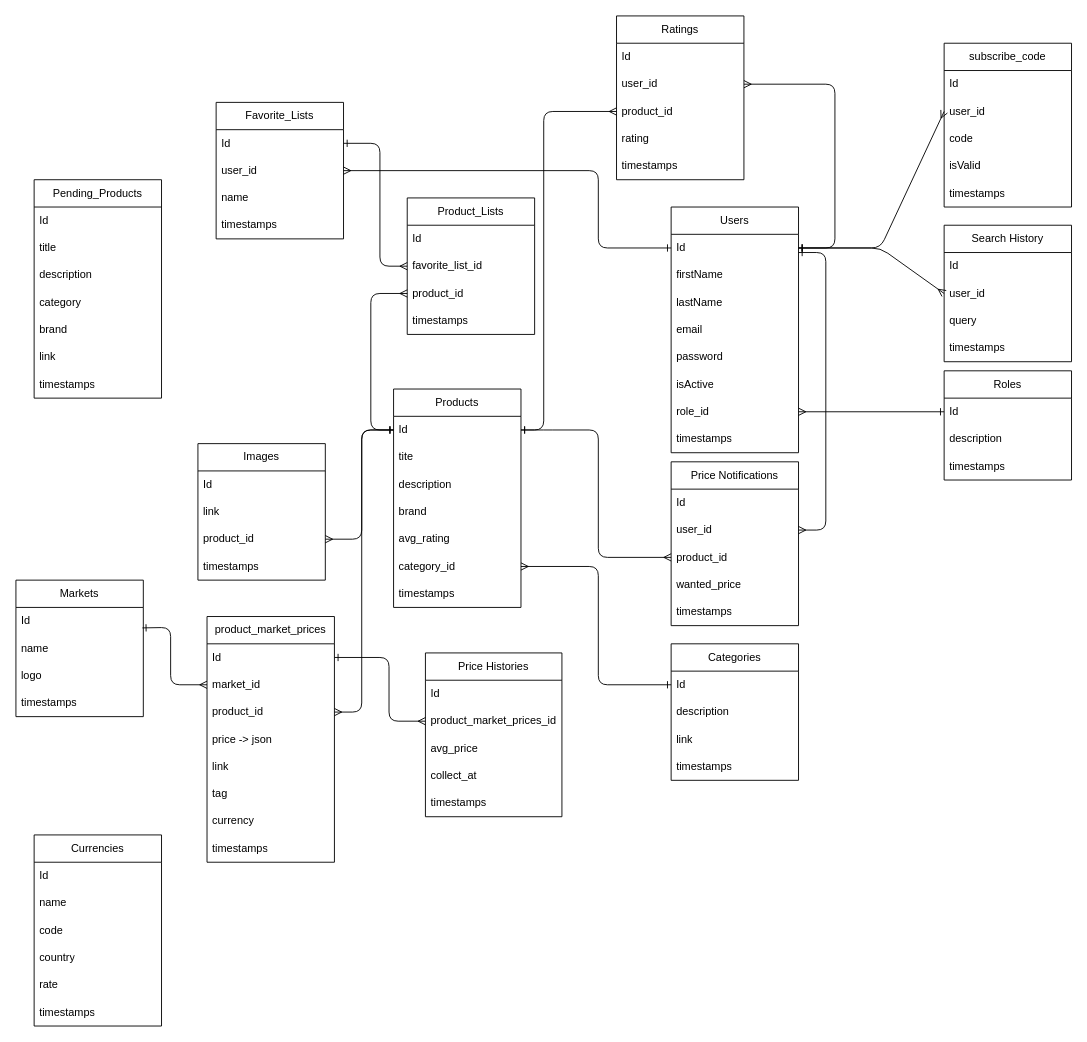
Above: Planning/DbStructure.drawio in ClaudioRSGit/Webscraper (draw.io), before the change. Source tidied: cells renumbered, new cells numbered last; positions are measured from the earlier drawing's top-left corner, leaving out a move shared by most shapes. Both pictures are drawn from the tidied source at 91%, with x=0, y=0 at pixel (15, 15).
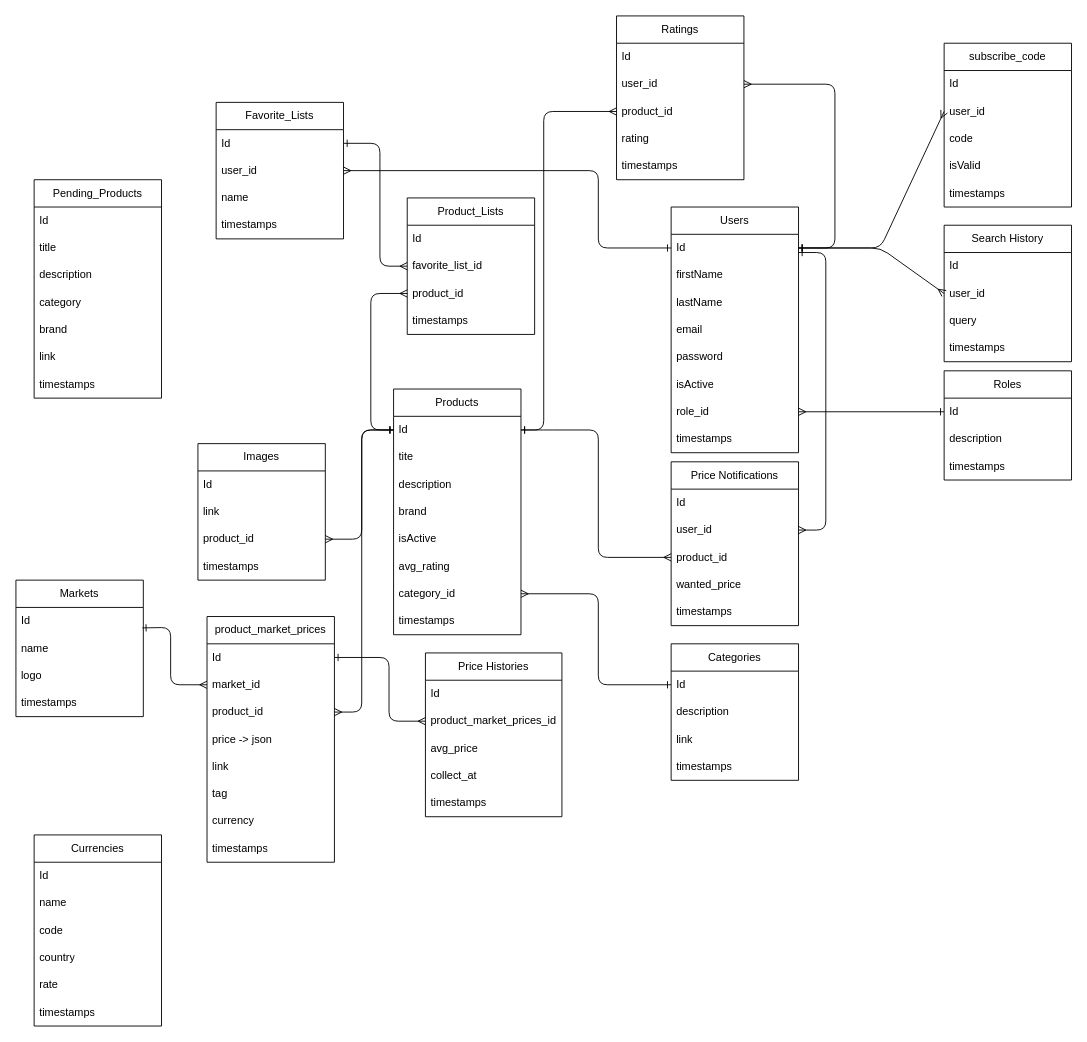
The same page after the edit.

Unchanged cells that the change refers to:
```xml
<mxCell id="30" value="Id" style="text;strokeColor=none;fillColor=none;align=left;verticalAlign=middle;spacingLeft=4;spacingRight=4;overflow=hidden;points=[[0,0.5],[1,0.5]];portConstraint=eastwest;whiteSpace=wrap;html=1;" parent="29" vertex="1">
  <mxGeometry y="30" width="140" height="30" as="geometry" />
</mxCell>
```

The edit, as a diff of the source:
```diff
@@
     <mxCell id="21" value="Products" style="swimlane;fontStyle=0;horizontal=1;startSize=30;whiteSpace=wrap;html=1;" parent="1" vertex="1">
-      <mxGeometry x="415" y="410" width="140" height="240" as="geometry" />
+      <mxGeometry x="415" y="410" width="140" height="270" as="geometry" />
     </mxCell>
@@
+    <mxCell id="116" value="isActive" style="text;strokeColor=none;fillColor=none;align=left;verticalAlign=middle;spacingLeft=4;spacingRight=4;overflow=hidden;whiteSpace=wrap;html=1;" parent="21" vertex="1">
+      <mxGeometry y="150" width="140" height="30" as="geometry" />
+    </mxCell>
     <mxCell id="26" value="avg_rating" style="text;strokeColor=none;fillColor=none;align=left;verticalAlign=middle;spacingLeft=4;spacingRight=4;overflow=hidden;whiteSpace=wrap;html=1;" parent="21" vertex="1">
-      <mxGeometry y="150" width="140" height="30" as="geometry" />
+      <mxGeometry y="180" width="140" height="30" as="geometry" />
     </mxCell>
     <mxCell id="27" value="category_id" style="text;strokeColor=none;fillColor=none;align=left;verticalAlign=middle;spacingLeft=4;spacingRight=4;overflow=hidden;points=[[0,0.5],[1,0.5]];portConstraint=eastwest;whiteSpace=wrap;html=1;" parent="21" vertex="1">
-      <mxGeometry y="180" width="140" height="30" as="geometry" />
+      <mxGeometry y="210" width="140" height="30" as="geometry" />
     </mxCell>
     <mxCell id="28" value="timestamps" style="text;strokeColor=none;fillColor=none;align=left;verticalAlign=middle;spacingLeft=4;spacingRight=4;overflow=hidden;whiteSpace=wrap;html=1;" parent="21" vertex="1">
-      <mxGeometry y="210" width="140" height="30" as="geometry" />
+      <mxGeometry y="240" width="140" height="30" as="geometry" />
     </mxCell>
@@
     <mxCell id="68" style="edgeStyle=none;html=1;entryX=0;entryY=0.5;entryDx=0;entryDy=0;exitX=1;exitY=0.5;exitDx=0;exitDy=0;endArrow=ERone;endFill=0;startArrow=ERmany;startFill=0;" parent="1" edge="1" source="27" target="30">
       <mxGeometry relative="1" as="geometry">
         <Array as="points">
-          <mxPoint x="640" y="605" />
+          <mxPoint x="640" y="635" />
           <mxPoint x="640" y="735" />
         </Array>
       </mxGeometry>
     </mxCell>
```
